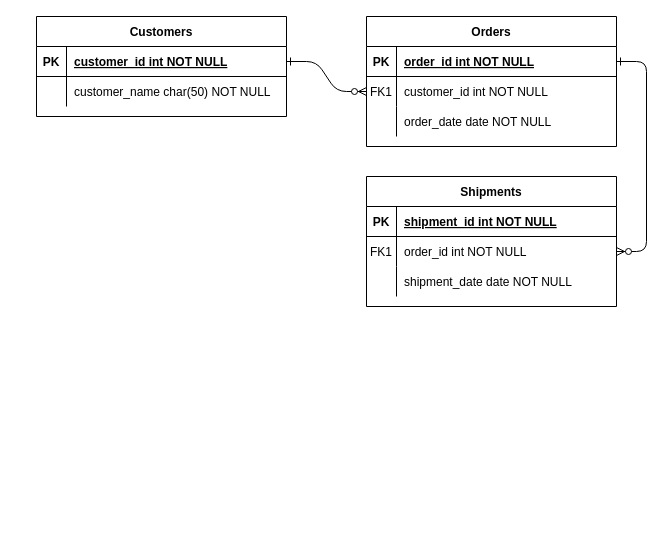
Above: Pertemuan7/QUIZ/Untitled Diagram.drawio in NormalikaShandi/IF214002 (draw.io), before the change. Source tidied: cells renumbered, new cells numbered last; positions are measured from the earlier drawing's top-left corner, leaving out a move shared by most shapes. Both pictures are drawn from the tidied source at 100%, with x=0, y=0 at pixel (36, 16).
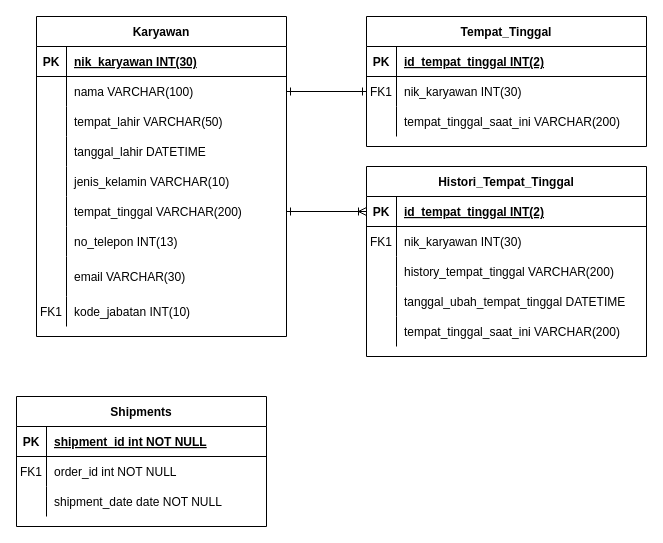
Above is the later version.

Unchanged cells that the change refers to:
```xml
<mxCell id="18" style="shape=partialRectangle;fillColor=none;points=[[0,0.5],[1,0.5]];portConstraint=eastwest;top=0;left=0;right=0;bottom=0;" parent="14" vertex="1">
  <mxGeometry y="60" width="250" height="30" as="geometry" />
</mxCell>
<mxCell id="25" style="shape=partialRectangle;fillColor=none;points=[[0,0.5],[1,0.5]];portConstraint=eastwest;top=0;left=0;right=0;bottom=1;" parent="24" vertex="1">
  <mxGeometry y="30" width="250" height="30" as="geometry" />
</mxCell>
<mxCell id="28" style="shape=partialRectangle;fillColor=none;points=[[0,0.5],[1,0.5]];portConstraint=eastwest;top=0;left=0;right=0;bottom=0;" parent="24" vertex="1">
  <mxGeometry y="60" width="250" height="30" as="geometry" />
</mxCell>
```

What changed in the source:
```diff
@@
-    <mxCell id="2" style="edgeStyle=entityRelationEdgeStyle;endArrow=ERzeroToMany;startArrow=ERone;endFill=1;startFill=0;" parent="1" edge="1" source="25" target="8">
-      <mxGeometry relative="1" as="geometry" />
-    </mxCell>
-    <mxCell id="3" style="edgeStyle=entityRelationEdgeStyle;endArrow=ERzeroToMany;startArrow=ERone;endFill=1;startFill=0;" parent="1" edge="1" source="5" target="18">
-      <mxGeometry relative="1" as="geometry" />
-    </mxCell>
-    <mxCell id="4" value="Orders" style="shape=table;startSize=30;childLayout=tableLayout;rowLines=0;fontStyle=1;align=center;" parent="1" vertex="1">
-      <mxGeometry x="330" width="250" height="130" as="geometry" />
+    <mxCell id="4" value="Tempat_Tinggal" style="shape=table;startSize=30;childLayout=tableLayout;rowLines=0;fontStyle=1;align=center;" parent="1" vertex="1">
+      <mxGeometry x="330" width="280" height="130" as="geometry" />
     </mxCell>
     <mxCell id="5" style="shape=partialRectangle;fillColor=none;points=[[0,0.5],[1,0.5]];portConstraint=eastwest;top=0;left=0;right=0;bottom=1;" parent="4" vertex="1">
-      <mxGeometry y="30" width="250" height="30" as="geometry" />
+      <mxGeometry y="30" width="280" height="30" as="geometry" />
     </mxCell>
@@
-    <mxCell id="7" value="order_id int NOT NULL " style="shape=partialRectangle;overflow=hidden;fillColor=none;top=0;left=0;bottom=0;right=0;align=left;spacingLeft=6;fontStyle=5;" parent="5" vertex="1">
-      <mxGeometry x="30" width="220" height="30" as="geometry" />
+    <mxCell id="7" value="id_tempat_tinggal INT(2)" style="shape=partialRectangle;overflow=hidden;fillColor=none;top=0;left=0;bottom=0;right=0;align=left;spacingLeft=6;fontStyle=5;" parent="5" vertex="1">
+      <mxGeometry x="30" width="250" height="30" as="geometry" />
     </mxCell>
     <mxCell id="8" style="shape=partialRectangle;fillColor=none;points=[[0,0.5],[1,0.5]];portConstraint=eastwest;top=0;left=0;right=0;bottom=0;" parent="4" vertex="1">
-      <mxGeometry y="60" width="250" height="30" as="geometry" />
+      <mxGeometry y="60" width="280" height="30" as="geometry" />
     </mxCell>
@@
-    <mxCell id="10" value="customer_id int NOT NULL" style="shape=partialRectangle;overflow=hidden;fillColor=none;top=0;left=0;bottom=0;right=0;align=left;spacingLeft=6;" parent="8" vertex="1">
-      <mxGeometry x="30" width="220" height="30" as="geometry" />
+    <mxCell id="10" value="nik_karyawan INT(30)" style="shape=partialRectangle;overflow=hidden;fillColor=none;top=0;left=0;bottom=0;right=0;align=left;spacingLeft=6;" parent="8" vertex="1">
+      <mxGeometry x="30" width="250" height="30" as="geometry" />
     </mxCell>
-    <mxCell id="11" style="shape=partialRectangle;fillColor=none;top=0;left=0;right=0;bottom=0;" parent="4" vertex="1">
-      <mxGeometry y="90" width="250" height="30" as="geometry" />
-    </mxCell>
-    <mxCell id="12" style="shape=partialRectangle;overflow=hidden;fillColor=none;top=0;left=0;bottom=0;right=0;" parent="11" vertex="1">
-      <mxGeometry width="30" height="30" as="geometry" />
-    </mxCell>
-    <mxCell id="13" value="order_date date NOT NULL" style="shape=partialRectangle;overflow=hidden;fillColor=none;top=0;left=0;bottom=0;right=0;align=left;spacingLeft=6;" parent="11" vertex="1">
-      <mxGeometry x="30" width="220" height="30" as="geometry" />
-    </mxCell>
+    <mxCell id="31" style="shape=partialRectangle;fillColor=none;top=0;left=0;right=0;bottom=0;" parent="4" vertex="1">
+      <mxGeometry y="90" width="280" height="30" as="geometry" />
+    </mxCell>
+    <mxCell id="32" style="shape=partialRectangle;overflow=hidden;fillColor=none;top=0;left=0;bottom=0;right=0;" parent="31" vertex="1">
+      <mxGeometry width="30" height="30" as="geometry" />
+    </mxCell>
+    <mxCell id="33" value="tempat_tinggal_saat_ini VARCHAR(200)" style="shape=partialRectangle;overflow=hidden;fillColor=none;top=0;left=0;bottom=0;right=0;align=left;spacingLeft=6;" parent="31" vertex="1">
+      <mxGeometry x="30" width="250" height="30" as="geometry" />
+    </mxCell>
     <mxCell id="14" value="Shipments" style="shape=table;startSize=30;childLayout=tableLayout;rowLines=0;fontStyle=1;align=center;" parent="1" vertex="1">
-      <mxGeometry x="330" y="160" width="250" height="130" as="geometry" />
+      <mxGeometry x="-20" y="380" width="250" height="130" as="geometry" />
     </mxCell>
@@
-    <mxCell id="24" value="Customers" style="shape=table;startSize=30;childLayout=tableLayout;rowLines=0;fontStyle=1;align=center;" parent="1" vertex="1">
-      <mxGeometry width="250" height="100" as="geometry" />
+    <mxCell id="24" value="Karyawan" style="shape=table;startSize=30;childLayout=tableLayout;rowLines=0;fontStyle=1;align=center;" parent="1" vertex="1">
+      <mxGeometry width="250" height="320" as="geometry" />
     </mxCell>
@@
-    <mxCell id="27" value="customer_id int NOT NULL " style="shape=partialRectangle;overflow=hidden;fillColor=none;top=0;left=0;bottom=0;right=0;align=left;spacingLeft=6;fontStyle=5;" parent="25" vertex="1">
+    <mxCell id="27" value="nik_karyawan INT(30)" style="shape=partialRectangle;overflow=hidden;fillColor=none;top=0;left=0;bottom=0;right=0;align=left;spacingLeft=6;fontStyle=5;" parent="25" vertex="1">
       <mxGeometry x="30" width="220" height="30" as="geometry" />
     </mxCell>
@@
-    <mxCell id="30" value="customer_name char(50) NOT NULL" style="shape=partialRectangle;overflow=hidden;fillColor=none;top=0;left=0;bottom=0;right=0;align=left;spacingLeft=6;" parent="28" vertex="1">
+    <mxCell id="30" value="nama VARCHAR(100)" style="shape=partialRectangle;overflow=hidden;fillColor=none;top=0;left=0;bottom=0;right=0;align=left;spacingLeft=6;" parent="28" vertex="1">
       <mxGeometry x="30" width="220" height="30" as="geometry" />
     </mxCell>
+    <mxCell id="11" style="shape=partialRectangle;fillColor=none;top=0;left=0;right=0;bottom=0;" parent="24" vertex="1">
+      <mxGeometry y="90" width="250" height="30" as="geometry" />
+    </mxCell>
+    <mxCell id="34" style="shape=partialRectangle;overflow=hidden;fillColor=none;top=0;left=0;bottom=0;right=0;" parent="11" vertex="1">
+      <mxGeometry width="30" height="30" as="geometry" />
+    </mxCell>
+    <mxCell id="35" value="tempat_lahir VARCHAR(50)" style="shape=partialRectangle;overflow=hidden;fillColor=none;top=0;left=0;bottom=0;right=0;align=left;spacingLeft=6;" parent="11" vertex="1">
+      <mxGeometry x="30" width="220" height="30" as="geometry" />
+    </mxCell>
+    <mxCell id="36" style="shape=partialRectangle;fillColor=none;top=0;left=0;right=0;bottom=0;" parent="24" vertex="1">
+      <mxGeometry y="120" width="250" height="30" as="geometry" />
+    </mxCell>
+    <mxCell id="37" style="shape=partialRectangle;overflow=hidden;fillColor=none;top=0;left=0;bottom=0;right=0;" parent="36" vertex="1">
+      <mxGeometry width="30" height="30" as="geometry" />
+    </mxCell>
+    <mxCell id="38" value="tanggal_lahir DATETIME" style="shape=partialRectangle;overflow=hidden;fillColor=none;top=0;left=0;bottom=0;right=0;align=left;spacingLeft=6;" parent="36" vertex="1">
+      <mxGeometry x="30" width="220" height="30" as="geometry" />
+    </mxCell>
+    <mxCell id="39" style="shape=partialRectangle;fillColor=none;top=0;left=0;right=0;bottom=0;" parent="24" vertex="1">
+      <mxGeometry y="150" width="250" height="30" as="geometry" />
+    </mxCell>
+    <mxCell id="40" style="shape=partialRectangle;overflow=hidden;fillColor=none;top=0;left=0;bottom=0;right=0;" parent="39" vertex="1">
+      <mxGeometry width="30" height="30" as="geometry" />
+    </mxCell>
+    <mxCell id="41" value="jenis_kelamin VARCHAR(10)" style="shape=partialRectangle;overflow=hidden;fillColor=none;top=0;left=0;bottom=0;right=0;align=left;spacingLeft=6;" parent="39" vertex="1">
+      <mxGeometry x="30" width="220" height="30" as="geometry" />
+    </mxCell>
+    <mxCell id="42" style="shape=partialRectangle;fillColor=none;points=[[0,0.5],[1,0.5]];portConstraint=eastwest;top=0;left=0;right=0;bottom=0;" parent="24" vertex="1">
+      <mxGeometry y="180" width="250" height="30" as="geometry" />
+    </mxCell>
+    <mxCell id="43" style="shape=partialRectangle;overflow=hidden;fillColor=none;top=0;left=0;bottom=0;right=0;" parent="42" vertex="1">
+      <mxGeometry width="30" height="30" as="geometry" />
+    </mxCell>
+    <mxCell id="44" value="tempat_tinggal VARCHAR(200)" style="shape=partialRectangle;overflow=hidden;fillColor=none;top=0;left=0;bottom=0;right=0;align=left;spacingLeft=6;" parent="42" vertex="1">
+      <mxGeometry x="30" width="220" height="30" as="geometry" />
+    </mxCell>
+    <mxCell id="45" style="shape=partialRectangle;fillColor=none;top=0;left=0;right=0;bottom=0;" parent="24" vertex="1">
+      <mxGeometry y="210" width="250" height="30" as="geometry" />
+    </mxCell>
+    <mxCell id="46" style="shape=partialRectangle;overflow=hidden;fillColor=none;top=0;left=0;bottom=0;right=0;" parent="45" vertex="1">
+      <mxGeometry width="30" height="30" as="geometry" />
+    </mxCell>
+    <mxCell id="47" value="no_telepon INT(13)" style="shape=partialRectangle;overflow=hidden;fillColor=none;top=0;left=0;bottom=0;right=0;align=left;spacingLeft=6;" parent="45" vertex="1">
+      <mxGeometry x="30" width="220" height="30" as="geometry" />
+    </mxCell>
+    <mxCell id="48" style="shape=partialRectangle;fillColor=none;top=0;left=0;right=0;bottom=0;" parent="24" vertex="1">
+      <mxGeometry y="240" width="250" height="40" as="geometry" />
+    </mxCell>
+    <mxCell id="49" style="shape=partialRectangle;overflow=hidden;fillColor=none;top=0;left=0;bottom=0;right=0;" parent="48" vertex="1">
+      <mxGeometry width="30" height="40" as="geometry" />
+    </mxCell>
+    <mxCell id="50" value="email VARCHAR(30)" style="shape=partialRectangle;overflow=hidden;fillColor=none;top=0;left=0;bottom=0;right=0;align=left;spacingLeft=6;" parent="48" vertex="1">
+      <mxGeometry x="30" width="220" height="40" as="geometry" />
+    </mxCell>
+    <mxCell id="51" style="shape=partialRectangle;fillColor=none;top=0;left=0;right=0;bottom=0;" parent="24" vertex="1">
+      <mxGeometry y="280" width="250" height="30" as="geometry" />
+    </mxCell>
+    <mxCell id="52" value="FK1" style="shape=partialRectangle;overflow=hidden;fillColor=none;top=0;left=0;bottom=0;right=0;" parent="51" vertex="1">
+      <mxGeometry width="30" height="30" as="geometry" />
+    </mxCell>
+    <mxCell id="53" value="kode_jabatan INT(10)" style="shape=partialRectangle;overflow=hidden;fillColor=none;top=0;left=0;bottom=0;right=0;align=left;spacingLeft=6;" parent="51" vertex="1">
+      <mxGeometry x="30" width="220" height="30" as="geometry" />
+    </mxCell>
+    <mxCell id="54" style="edgeStyle=orthogonalEdgeStyle;rounded=0;jettySize=auto;html=1;exitX=1;exitY=0.5;exitDx=0;exitDy=0;entryX=0;entryY=0.5;entryDx=0;entryDy=0;endArrow=ERone;endFill=0;startArrow=ERone;startFill=0;" parent="1" edge="1" source="28" target="8">
+      <mxGeometry relative="1" as="geometry" />
+    </mxCell>
+    <mxCell id="55" value="Histori_Tempat_Tinggal" style="shape=table;startSize=30;childLayout=tableLayout;rowLines=0;fontStyle=1;align=center;" parent="1" vertex="1">
+      <mxGeometry x="330" y="150" width="280" height="190" as="geometry" />
+    </mxCell>
+    <mxCell id="56" style="shape=partialRectangle;fillColor=none;points=[[0,0.5],[1,0.5]];portConstraint=eastwest;top=0;left=0;right=0;bottom=1;" parent="55" vertex="1">
+      <mxGeometry y="30" width="280" height="30" as="geometry" />
+    </mxCell>
+    <mxCell id="57" value="PK" style="shape=partialRectangle;overflow=hidden;fillColor=none;top=0;left=0;bottom=0;right=0;fontStyle=1;" parent="56" vertex="1">
+      <mxGeometry width="30" height="30" as="geometry" />
+    </mxCell>
+    <mxCell id="58" value="id_tempat_tinggal INT(2)" style="shape=partialRectangle;overflow=hidden;fillColor=none;top=0;left=0;bottom=0;right=0;align=left;spacingLeft=6;fontStyle=5;" parent="56" vertex="1">
+      <mxGeometry x="30" width="250" height="30" as="geometry" />
+    </mxCell>
+    <mxCell id="59" style="shape=partialRectangle;fillColor=none;top=0;left=0;right=0;bottom=0;" parent="55" vertex="1">
+      <mxGeometry y="60" width="280" height="30" as="geometry" />
+    </mxCell>
+    <mxCell id="60" value="FK1" style="shape=partialRectangle;overflow=hidden;fillColor=none;top=0;left=0;bottom=0;right=0;" parent="59" vertex="1">
+      <mxGeometry width="30" height="30" as="geometry" />
+    </mxCell>
+    <mxCell id="61" value="nik_karyawan INT(30)" style="shape=partialRectangle;overflow=hidden;fillColor=none;top=0;left=0;bottom=0;right=0;align=left;spacingLeft=6;" parent="59" vertex="1">
+      <mxGeometry x="30" width="250" height="30" as="geometry" />
+    </mxCell>
+    <mxCell id="62" style="shape=partialRectangle;fillColor=none;top=0;left=0;right=0;bottom=0;" parent="55" vertex="1">
+      <mxGeometry y="90" width="280" height="30" as="geometry" />
+    </mxCell>
+    <mxCell id="63" style="shape=partialRectangle;overflow=hidden;fillColor=none;top=0;left=0;bottom=0;right=0;" parent="62" vertex="1">
+      <mxGeometry width="30" height="30" as="geometry" />
+    </mxCell>
+    <mxCell id="64" value="history_tempat_tinggal VARCHAR(200)" style="shape=partialRectangle;overflow=hidden;fillColor=none;top=0;left=0;bottom=0;right=0;align=left;spacingLeft=6;" parent="62" vertex="1">
+      <mxGeometry x="30" width="250" height="30" as="geometry" />
+    </mxCell>
+    <mxCell id="65" style="shape=partialRectangle;fillColor=none;top=0;left=0;right=0;bottom=0;" parent="55" vertex="1">
+      <mxGeometry y="120" width="280" height="30" as="geometry" />
+    </mxCell>
+    <mxCell id="66" style="shape=partialRectangle;overflow=hidden;fillColor=none;top=0;left=0;bottom=0;right=0;" parent="65" vertex="1">
+      <mxGeometry width="30" height="30" as="geometry" />
+    </mxCell>
+    <mxCell id="67" value="tanggal_ubah_tempat_tinggal DATETIME" style="shape=partialRectangle;overflow=hidden;fillColor=none;top=0;left=0;bottom=0;right=0;align=left;spacingLeft=6;" parent="65" vertex="1">
+      <mxGeometry x="30" width="250" height="30" as="geometry" />
+    </mxCell>
+    <mxCell id="68" style="shape=partialRectangle;fillColor=none;top=0;left=0;right=0;bottom=0;" parent="55" vertex="1">
+      <mxGeometry y="150" width="280" height="30" as="geometry" />
+    </mxCell>
+    <mxCell id="69" style="shape=partialRectangle;overflow=hidden;fillColor=none;top=0;left=0;bottom=0;right=0;" parent="68" vertex="1">
+      <mxGeometry width="30" height="30" as="geometry" />
+    </mxCell>
+    <mxCell id="70" value="tempat_tinggal_saat_ini VARCHAR(200)" style="shape=partialRectangle;overflow=hidden;fillColor=none;top=0;left=0;bottom=0;right=0;align=left;spacingLeft=6;" parent="68" vertex="1">
+      <mxGeometry x="30" width="250" height="30" as="geometry" />
+    </mxCell>
+    <mxCell id="71" style="edgeStyle=orthogonalEdgeStyle;rounded=0;jettySize=auto;html=1;exitX=1;exitY=0.5;exitDx=0;exitDy=0;entryX=0;entryY=0.5;entryDx=0;entryDy=0;startArrow=ERone;startFill=0;endArrow=ERoneToMany;endFill=0;" parent="1" edge="1" source="42" target="56">
+      <mxGeometry relative="1" as="geometry" />
+    </mxCell>
```
